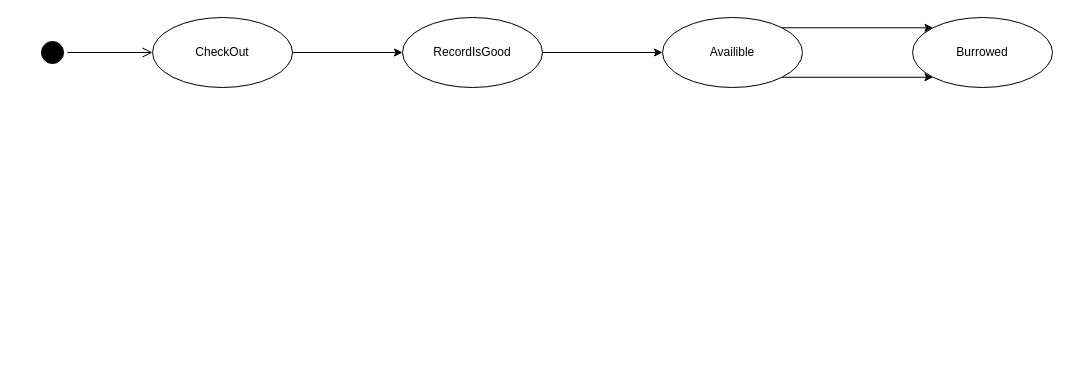
Above: Question 2 State Diagram.drawio in jjleneve/COIS2240A2 (draw.io), before the change. Source tidied: cells renumbered, new cells numbered last; positions are measured from the earlier drawing's top-left corner, leaving out a move shared by most shapes. Both pictures are drawn from the tidied source at 100%, with x=0, y=0 at pixel (37, 17).
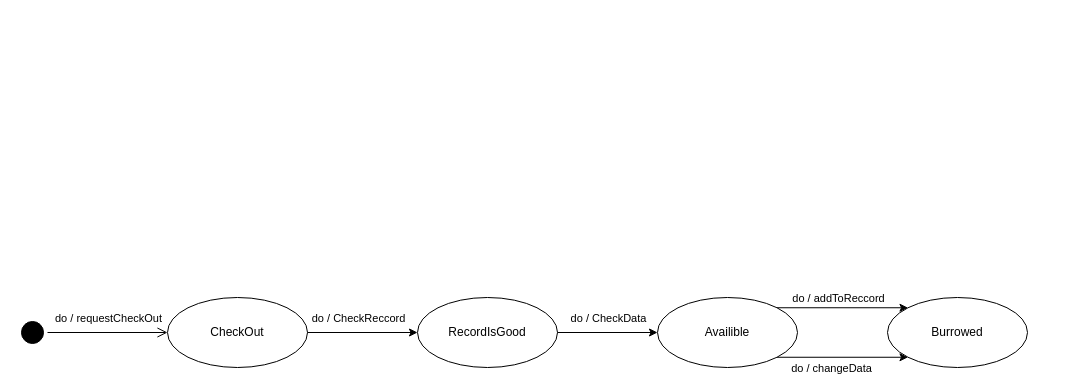
The same diagram, later.

Diff of the diagram source:
```diff
@@
 <mxGraphModel>
   <root>
     <mxCell id="0" />
     <mxCell id="1" parent="0" />
     <mxCell id="2" style="ellipse;html=1;shape=startState;fillColor=#000000;strokeColor=#000000;rounded=1;shadow=0;comic=0;labelBackgroundColor=none;fontFamily=Verdana;fontSize=12;fontColor=#000000;align=center;direction=south;" parent="1" vertex="1">
-      <mxGeometry y="20" width="30" height="30" as="geometry" />
+      <mxGeometry x="-20" y="300" width="30" height="30" as="geometry" />
     </mxCell>
     <mxCell id="3" style="edgeStyle=orthogonalEdgeStyle;html=1;labelBackgroundColor=none;endArrow=open;endSize=8;strokeColor=#000000;fontFamily=Verdana;fontSize=12;align=left;" parent="1" edge="1" source="2" target="4">
       <mxGeometry relative="1" as="geometry" />
     </mxCell>
+    <mxCell id="12" value="do / requestCheckOut" style="edgeLabel;html=1;align=center;verticalAlign=middle;" parent="3" vertex="1">
+      <mxGeometry x="-0.68" y="2" relative="1" as="geometry">
+        <mxPoint x="41" y="-13" as="offset" />
+      </mxGeometry>
+    </mxCell>
     <mxCell id="4" value="CheckOut" style="ellipse;whiteSpace=wrap;html=1;comic=0;strokeColor=#000000;" parent="1" vertex="1">
-      <mxGeometry x="115" width="140" height="70" as="geometry" />
+      <mxGeometry x="130" y="280" width="140" height="70" as="geometry" />
     </mxCell>
     <mxCell id="5" style="edgeStyle=orthogonalEdgeStyle;rounded=0;jettySize=auto;html=1;exitX=1;exitY=0.5;exitDx=0;exitDy=0;entryX=0;entryY=0.5;entryDx=0;entryDy=0;strokeColor=#000000;" parent="1" edge="1" source="4" target="6">
       <mxGeometry relative="1" as="geometry" />
     </mxCell>
     <mxCell id="6" value="RecordIsGood" style="ellipse;whiteSpace=wrap;html=1;comic=0;strokeColor=#000000;" parent="1" vertex="1">
-      <mxGeometry x="365" width="140" height="70" as="geometry" />
+      <mxGeometry x="380" y="280" width="140" height="70" as="geometry" />
     </mxCell>
     <mxCell id="7" style="edgeStyle=orthogonalEdgeStyle;rounded=0;jettySize=auto;html=1;exitX=1;exitY=0.5;exitDx=0;exitDy=0;entryX=0;entryY=0.5;entryDx=0;entryDy=0;strokeColor=#000000;" parent="1" edge="1" source="6" target="10">
       <mxGeometry relative="1" as="geometry" />
     </mxCell>
     <mxCell id="8" style="edgeStyle=orthogonalEdgeStyle;rounded=0;jettySize=auto;html=1;exitX=1;exitY=1;exitDx=0;exitDy=0;entryX=0;entryY=1;entryDx=0;entryDy=0;strokeColor=#000000;" parent="1" edge="1" source="10" target="11">
       <mxGeometry relative="1" as="geometry" />
     </mxCell>
     <mxCell id="9" style="edgeStyle=orthogonalEdgeStyle;rounded=0;jettySize=auto;html=1;exitX=1;exitY=0;exitDx=0;exitDy=0;entryX=0;entryY=0;entryDx=0;entryDy=0;strokeColor=#000000;" parent="1" edge="1" source="10" target="11">
       <mxGeometry relative="1" as="geometry" />
     </mxCell>
     <mxCell id="10" value="Availible" style="ellipse;whiteSpace=wrap;html=1;comic=0;strokeColor=#000000;" parent="1" vertex="1">
-      <mxGeometry x="625" width="140" height="70" as="geometry" />
+      <mxGeometry x="620" y="280" width="140" height="70" as="geometry" />
     </mxCell>
     <mxCell id="11" value="Burrowed" style="ellipse;whiteSpace=wrap;html=1;comic=0;strokeColor=#000000;" parent="1" vertex="1">
-      <mxGeometry x="875" width="140" height="70" as="geometry" />
+      <mxGeometry x="850" y="280" width="140" height="70" as="geometry" />
     </mxCell>
+    <mxCell id="13" value="do / CheckReccord" style="edgeLabel;html=1;align=center;verticalAlign=middle;" parent="1" vertex="1">
+      <mxGeometry x="320" y="300" as="geometry" />
+    </mxCell>
+    <mxCell id="14" value="do / addToReccord" style="edgeLabel;html=1;align=center;verticalAlign=middle;" parent="1" vertex="1">
+      <mxGeometry x="800" y="280" as="geometry" />
+    </mxCell>
+    <mxCell id="15" value="do / changeData" style="edgeLabel;html=1;align=center;verticalAlign=middle;" parent="1" vertex="1">
+      <mxGeometry x="800" y="350" as="geometry">
+        <mxPoint x="-7" as="offset" />
+      </mxGeometry>
+    </mxCell>
+    <mxCell id="16" value="do / CheckData" style="edgeLabel;html=1;align=center;verticalAlign=middle;" parent="1" vertex="1">
+      <mxGeometry x="570" y="300" as="geometry" />
+    </mxCell>
   </root>
 </mxGraphModel>
```
